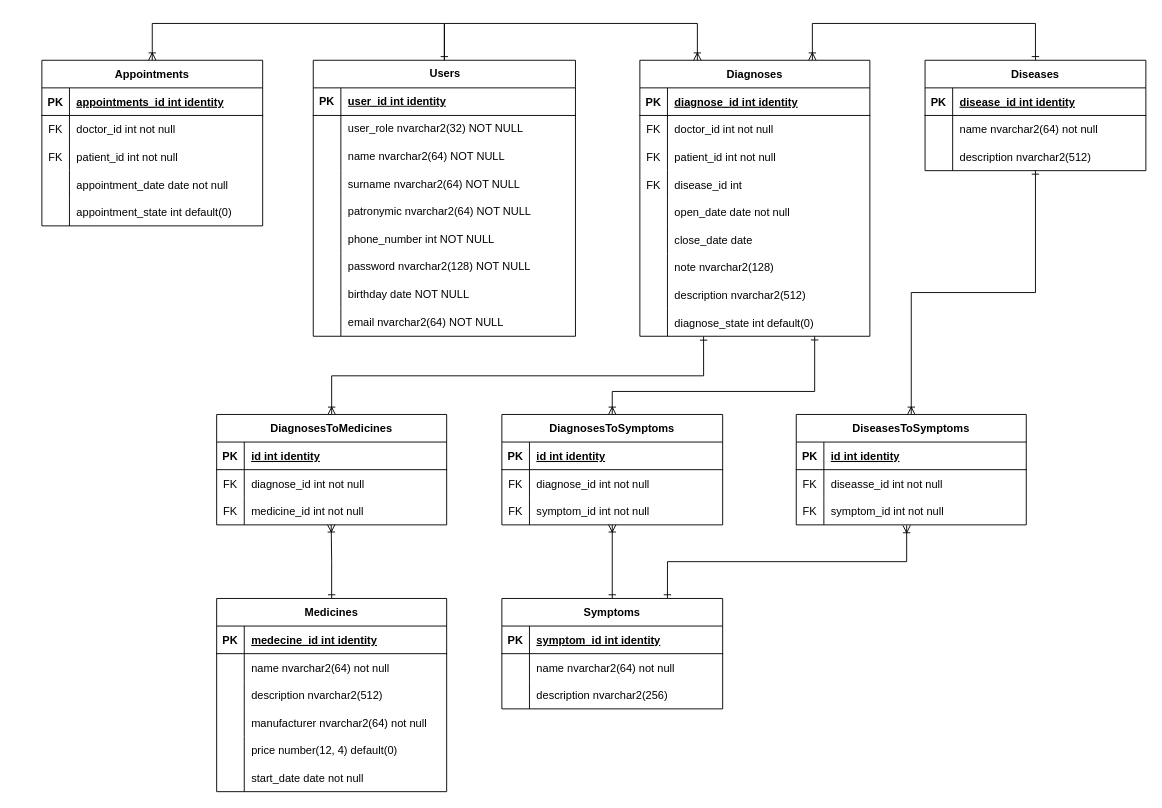
This is Диаграмма сущностей.drawio from DioMain/BD_Cursach, a draw.io file, before an edit. Source tidied: cells renumbered, new cells numbered last; positions are measured from the earlier drawing's top-left corner, leaving out a move shared by most shapes. Both pictures are drawn from the tidied source at 92%, with x=0, y=0 at pixel (41, 23).
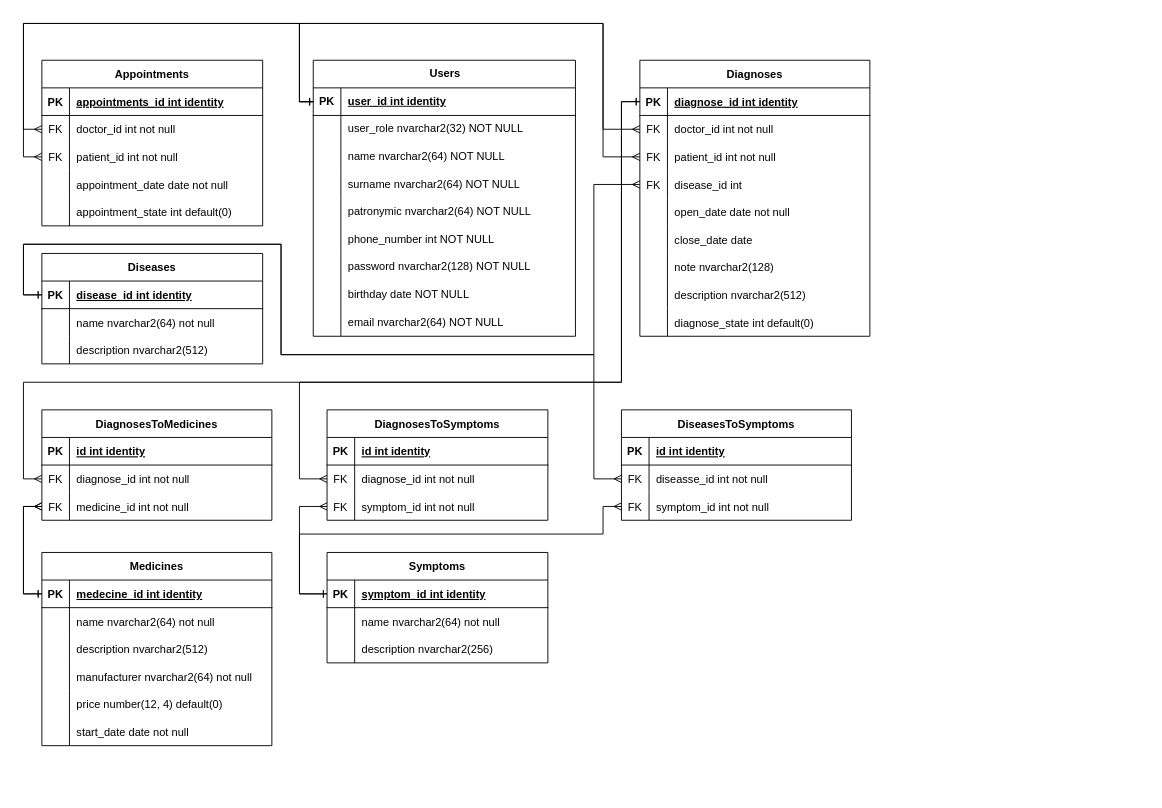
After the change.

Unchanged cells that the change refers to:
```xml
<mxCell id="3" value="Diagnoses" style="shape=table;startSize=30;childLayout=tableLayout;rowLines=0;fontStyle=1;align=center;" parent="1" vertex="1">
  <mxGeometry x="650" y="40" width="250" height="300" as="geometry" />
</mxCell>
<mxCell id="4" style="shape=partialRectangle;fillColor=none;points=[[0,0.5],[1,0.5]];portConstraint=eastwest;top=0;left=0;right=0;bottom=1;" parent="3" vertex="1">
  <mxGeometry y="30" width="250" height="30" as="geometry" />
</mxCell>
<mxCell id="7" style="shape=partialRectangle;fillColor=none;points=[[0,0.5],[1,0.5]];portConstraint=eastwest;top=0;left=0;right=0;bottom=0;" parent="3" vertex="1">
  <mxGeometry y="60" width="250" height="30" as="geometry" />
</mxCell>
<mxCell id="10" style="shape=partialRectangle;fillColor=none;points=[[0,0.5],[1,0.5]];portConstraint=eastwest;top=0;left=0;right=0;bottom=0;" parent="3" vertex="1">
  <mxGeometry y="90" width="250" height="30" as="geometry" />
</mxCell>
<mxCell id="13" style="shape=partialRectangle;fillColor=none;points=[[0,0.5],[1,0.5]];portConstraint=eastwest;top=0;left=0;right=0;bottom=0;" parent="3" vertex="1">
  <mxGeometry y="120" width="250" height="30" as="geometry" />
</mxCell>
<mxCell id="28" style="shape=partialRectangle;fillColor=none;points=[[0,0.5],[1,0.5]];portConstraint=eastwest;top=0;left=0;right=0;bottom=0;" parent="3" vertex="1">
  <mxGeometry y="270" width="250" height="30" as="geometry" />
</mxCell>
<mxCell id="32" value="Users" style="shape=table;startSize=30;childLayout=tableLayout;rowLines=0;fontStyle=1;align=center;html=1;" parent="1" vertex="1">
  <mxGeometry x="295" y="40" width="285" height="300" as="geometry" />
</mxCell>
<mxCell id="33" style="shape=tableRow;horizontal=0;startSize=0;swimlaneHead=0;swimlaneBody=0;fillColor=none;points=[[0,0.5],[1,0.5]];portConstraint=eastwest;top=0;left=0;right=0;bottom=1;" parent="32" vertex="1">
  <mxGeometry y="30" width="285" height="30" as="geometry" />
</mxCell>
<mxCell id="63" style="shape=partialRectangle;fillColor=none;points=[[0,0.5],[1,0.5]];portConstraint=eastwest;top=0;left=0;right=0;bottom=1;" parent="62" vertex="1">
  <mxGeometry y="30" width="240" height="30" as="geometry" />
</mxCell>
<mxCell id="72" value="Appointments" style="shape=table;startSize=30;childLayout=tableLayout;rowLines=0;fontStyle=1;align=center;" parent="1" vertex="1">
  <mxGeometry y="40" width="240" height="180" as="geometry" />
</mxCell>
<mxCell id="76" style="shape=partialRectangle;fillColor=none;points=[[0,0.5],[1,0.5]];portConstraint=eastwest;top=0;left=0;right=0;bottom=0;" parent="72" vertex="1">
  <mxGeometry y="60" width="240" height="30" as="geometry" />
</mxCell>
<mxCell id="79" style="shape=partialRectangle;fillColor=none;points=[[0,0.5],[1,0.5]];portConstraint=eastwest;top=0;left=0;right=0;bottom=0;" parent="72" vertex="1">
  <mxGeometry y="90" width="240" height="30" as="geometry" />
</mxCell>
<mxCell id="93" style="shape=partialRectangle;fillColor=none;points=[[0,0.5],[1,0.5]];portConstraint=eastwest;top=0;left=0;right=0;bottom=0;" parent="89" vertex="1">
  <mxGeometry y="60" width="240" height="30" as="geometry" />
</mxCell>
<mxCell id="96" style="shape=partialRectangle;fillColor=none;points=[[0,0.5],[1,0.5]];portConstraint=eastwest;top=0;left=0;right=0;bottom=0;" parent="89" vertex="1">
  <mxGeometry y="90" width="240" height="30" as="geometry" />
</mxCell>
<mxCell id="104" style="shape=partialRectangle;fillColor=none;points=[[0,0.5],[1,0.5]];portConstraint=eastwest;top=0;left=0;right=0;bottom=0;" parent="100" vertex="1">
  <mxGeometry y="60" width="250" height="30" as="geometry" />
</mxCell>
<mxCell id="107" style="shape=partialRectangle;fillColor=none;points=[[0,0.5],[1,0.5]];portConstraint=eastwest;top=0;left=0;right=0;bottom=0;" parent="100" vertex="1">
  <mxGeometry y="90" width="250" height="30" as="geometry" />
</mxCell>
<mxCell id="112" style="shape=partialRectangle;fillColor=none;points=[[0,0.5],[1,0.5]];portConstraint=eastwest;top=0;left=0;right=0;bottom=1;" parent="111" vertex="1">
  <mxGeometry y="30" width="250" height="30" as="geometry" />
</mxCell>
<mxCell id="132" style="shape=partialRectangle;fillColor=none;points=[[0,0.5],[1,0.5]];portConstraint=eastwest;top=0;left=0;right=0;bottom=1;" parent="131" vertex="1">
  <mxGeometry y="30" width="240" height="30" as="geometry" />
</mxCell>
<mxCell id="138" style="shape=partialRectangle;fillColor=none;points=[[0,0.5],[1,0.5]];portConstraint=eastwest;top=0;left=0;right=0;bottom=0;" parent="131" vertex="1">
  <mxGeometry y="90" width="240" height="30" as="geometry" />
</mxCell>
<mxCell id="146" style="shape=partialRectangle;fillColor=none;points=[[0,0.5],[1,0.5]];portConstraint=eastwest;top=0;left=0;right=0;bottom=0;" parent="142" vertex="1">
  <mxGeometry y="60" width="250" height="30" as="geometry" />
</mxCell>
<mxCell id="149" style="shape=partialRectangle;fillColor=none;points=[[0,0.5],[1,0.5]];portConstraint=eastwest;top=0;left=0;right=0;bottom=0;" parent="142" vertex="1">
  <mxGeometry y="90" width="250" height="30" as="geometry" />
</mxCell>
```

The edit, as a diff of the source:
```diff
@@
-    <mxCell id="2" style="edgeStyle=orthogonalEdgeStyle;rounded=0;jettySize=auto;html=1;exitX=0.75;exitY=0;exitDx=0;exitDy=0;entryX=0.5;entryY=0;entryDx=0;entryDy=0;endArrow=ERone;endFill=0;startArrow=ERoneToMany;startFill=0;" parent="1" edge="1" source="3" target="131">
-      <mxGeometry relative="1" as="geometry">
-        <Array as="points">
-          <mxPoint x="838" />
-          <mxPoint x="1080" />
-        </Array>
-      </mxGeometry>
-    </mxCell>
@@
-    <mxCell id="31" style="edgeStyle=orthogonalEdgeStyle;rounded=0;jettySize=auto;html=1;exitX=0.5;exitY=0;exitDx=0;exitDy=0;entryX=0.5;entryY=0;entryDx=0;entryDy=0;endArrow=ERoneToMany;endFill=0;" parent="1" edge="1" source="32" target="72">
-      <mxGeometry relative="1" as="geometry">
-        <Array as="points">
-          <mxPoint x="438" />
-          <mxPoint x="120" />
-        </Array>
-      </mxGeometry>
-    </mxCell>
@@
-    <mxCell id="60" style="edgeStyle=orthogonalEdgeStyle;rounded=0;jettySize=auto;html=1;exitX=0.5;exitY=0;exitDx=0;exitDy=0;entryX=0.5;entryY=0.993;entryDx=0;entryDy=0;entryPerimeter=0;endArrow=ERoneToMany;endFill=0;startArrow=ERone;startFill=0;" parent="1" edge="1" source="62" target="96">
-      <mxGeometry relative="1" as="geometry" />
-    </mxCell>
-    <mxCell id="61" style="edgeStyle=orthogonalEdgeStyle;rounded=0;jettySize=auto;html=1;exitX=0.75;exitY=0;exitDx=0;exitDy=0;entryX=0.48;entryY=1.02;entryDx=0;entryDy=0;entryPerimeter=0;startArrow=ERone;startFill=0;endArrow=ERoneToMany;endFill=0;" parent="1" edge="1" source="62" target="149">
-      <mxGeometry relative="1" as="geometry">
-        <Array as="points">
-          <mxPoint x="680" y="585" />
-          <mxPoint x="940" y="585" />
-        </Array>
-      </mxGeometry>
-    </mxCell>
     <mxCell id="62" value="Symptoms" style="shape=table;startSize=30;childLayout=tableLayout;rowLines=0;fontStyle=1;align=center;" parent="1" vertex="1">
-      <mxGeometry x="500" y="625" width="240" height="120" as="geometry" />
+      <mxGeometry x="310" y="575" width="240" height="120" as="geometry" />
     </mxCell>
@@
-    <mxCell id="88" style="edgeStyle=orthogonalEdgeStyle;rounded=0;jettySize=auto;html=1;exitX=0.5;exitY=0;exitDx=0;exitDy=0;endArrow=ERone;endFill=0;startArrow=ERoneToMany;startFill=0;" parent="1" edge="1" source="89">
-      <mxGeometry relative="1" as="geometry">
-        <mxPoint x="840" y="340" as="targetPoint" />
-        <Array as="points">
-          <mxPoint x="620" y="400" />
-          <mxPoint x="840" y="400" />
-        </Array>
-      </mxGeometry>
-    </mxCell>
     <mxCell id="89" value="DiagnosesToSymptoms" style="shape=table;startSize=30;childLayout=tableLayout;rowLines=0;fontStyle=1;align=center;" parent="1" vertex="1">
-      <mxGeometry x="500" y="425" width="240" height="120" as="geometry" />
+      <mxGeometry x="310" y="420" width="240" height="120" as="geometry" />
     </mxCell>
@@
-    <mxCell id="99" style="edgeStyle=orthogonalEdgeStyle;rounded=0;jettySize=auto;html=1;exitX=0.5;exitY=0;exitDx=0;exitDy=0;startArrow=ERoneToMany;startFill=0;endArrow=ERone;endFill=0;entryX=0.277;entryY=1.008;entryDx=0;entryDy=0;entryPerimeter=0;" parent="1" edge="1" source="100" target="28">
-      <mxGeometry relative="1" as="geometry">
-        <Array as="points">
-          <mxPoint x="315" y="383" />
-          <mxPoint x="719" y="383" />
-        </Array>
-      </mxGeometry>
-    </mxCell>
     <mxCell id="100" value="DiagnosesToMedicines" style="shape=table;startSize=30;childLayout=tableLayout;rowLines=0;fontStyle=1;align=center;" parent="1" vertex="1">
-      <mxGeometry x="190" y="425" width="250" height="120" as="geometry" />
+      <mxGeometry y="420" width="250" height="120" as="geometry" />
     </mxCell>
@@
-    <mxCell id="110" style="edgeStyle=orthogonalEdgeStyle;rounded=0;jettySize=auto;html=1;exitX=0.5;exitY=0;exitDx=0;exitDy=0;entryX=0.498;entryY=0.993;entryDx=0;entryDy=0;entryPerimeter=0;startArrow=ERone;startFill=0;endArrow=ERoneToMany;endFill=0;" parent="1" edge="1" source="111" target="107">
-      <mxGeometry relative="1" as="geometry" />
-    </mxCell>
     <mxCell id="111" value="Medicines" style="shape=table;startSize=30;childLayout=tableLayout;rowLines=0;fontStyle=1;align=center;" parent="1" vertex="1">
-      <mxGeometry x="190" y="625" width="250" height="210" as="geometry" />
+      <mxGeometry y="575" width="250" height="210" as="geometry" />
     </mxCell>
@@
-    <mxCell id="130" style="edgeStyle=orthogonalEdgeStyle;rounded=0;jettySize=auto;html=1;exitX=0.5;exitY=0;exitDx=0;exitDy=0;entryX=0.25;entryY=0;entryDx=0;entryDy=0;endArrow=ERoneToMany;endFill=0;startArrow=ERone;startFill=0;" parent="1" edge="1" source="32" target="3">
-      <mxGeometry relative="1" as="geometry">
-        <Array as="points">
-          <mxPoint x="438" />
-          <mxPoint x="713" />
-        </Array>
-      </mxGeometry>
-    </mxCell>
     <mxCell id="131" value="Diseases" style="shape=table;startSize=30;childLayout=tableLayout;rowLines=0;fontStyle=1;align=center;" parent="1" vertex="1">
-      <mxGeometry x="960" y="40" width="240" height="120" as="geometry" />
+      <mxGeometry y="250" width="240" height="120" as="geometry" />
     </mxCell>
@@
-    <mxCell id="141" style="edgeStyle=orthogonalEdgeStyle;rounded=0;jettySize=auto;html=1;exitX=0.5;exitY=0;exitDx=0;exitDy=0;entryX=0.5;entryY=0.993;entryDx=0;entryDy=0;entryPerimeter=0;startArrow=ERoneToMany;startFill=0;endArrow=ERone;endFill=0;" parent="1" edge="1" source="142" target="138">
-      <mxGeometry relative="1" as="geometry" />
-    </mxCell>
     <mxCell id="142" value="DiseasesToSymptoms" style="shape=table;startSize=30;childLayout=tableLayout;rowLines=0;fontStyle=1;align=center;" parent="1" vertex="1">
-      <mxGeometry x="820" y="425" width="250" height="120" as="geometry" />
+      <mxGeometry x="630" y="420" width="250" height="120" as="geometry" />
     </mxCell>
@@
+    <mxCell id="152" style="edgeStyle=orthogonalEdgeStyle;rounded=0;jettySize=auto;html=1;exitX=0;exitY=0.5;exitDx=0;exitDy=0;entryX=0;entryY=0.5;entryDx=0;entryDy=0;startArrow=ERmany;startFill=0;endArrow=ERone;endFill=0;" parent="1" edge="1" source="13" target="132">
+      <mxGeometry relative="1" as="geometry">
+        <Array as="points">
+          <mxPoint x="600" y="175" />
+          <mxPoint x="600" y="360" />
+          <mxPoint x="260" y="360" />
+          <mxPoint x="260" y="240" />
+          <mxPoint x="-20" y="240" />
+          <mxPoint x="-20" y="295" />
+        </Array>
+      </mxGeometry>
+    </mxCell>
+    <mxCell id="153" style="edgeStyle=orthogonalEdgeStyle;rounded=0;jettySize=auto;html=1;exitX=0;exitY=0.5;exitDx=0;exitDy=0;entryX=0;entryY=0.5;entryDx=0;entryDy=0;endArrow=ERmany;endFill=0;startArrow=ERone;startFill=0;" parent="1" edge="1" source="132" target="146">
+      <mxGeometry relative="1" as="geometry">
+        <Array as="points">
+          <mxPoint x="-20" y="295" />
+          <mxPoint x="-20" y="240" />
+          <mxPoint x="260" y="240" />
+          <mxPoint x="260" y="360" />
+          <mxPoint x="600" y="360" />
+          <mxPoint x="600" y="495" />
+        </Array>
+      </mxGeometry>
+    </mxCell>
+    <mxCell id="154" style="edgeStyle=orthogonalEdgeStyle;rounded=0;jettySize=auto;html=1;exitX=0;exitY=0.5;exitDx=0;exitDy=0;entryX=0;entryY=0.5;entryDx=0;entryDy=0;startArrow=ERone;startFill=0;endArrow=ERmany;endFill=0;" parent="1" edge="1" source="63" target="149">
+      <mxGeometry relative="1" as="geometry">
+        <Array as="points">
+          <mxPoint x="280" y="620" />
+          <mxPoint x="280" y="555" />
+          <mxPoint x="610" y="555" />
+          <mxPoint x="610" y="525" />
+        </Array>
+      </mxGeometry>
+    </mxCell>
+    <mxCell id="155" style="edgeStyle=orthogonalEdgeStyle;rounded=0;jettySize=auto;html=1;exitX=0;exitY=0.5;exitDx=0;exitDy=0;entryX=0;entryY=0.5;entryDx=0;entryDy=0;startArrow=ERone;startFill=0;endArrow=ERmany;endFill=0;" parent="1" edge="1" source="63" target="96">
+      <mxGeometry relative="1" as="geometry">
+        <Array as="points">
+          <mxPoint x="280" y="620" />
+          <mxPoint x="280" y="525" />
+        </Array>
+      </mxGeometry>
+    </mxCell>
+    <mxCell id="156" style="edgeStyle=orthogonalEdgeStyle;rounded=0;jettySize=auto;html=1;exitX=0;exitY=0.5;exitDx=0;exitDy=0;entryX=0;entryY=0.5;entryDx=0;entryDy=0;startArrow=ERone;startFill=0;endArrow=ERmany;endFill=0;" parent="1" edge="1" source="112" target="107">
+      <mxGeometry relative="1" as="geometry">
+        <Array as="points">
+          <mxPoint x="-20" y="620" />
+          <mxPoint x="-20" y="525" />
+        </Array>
+      </mxGeometry>
+    </mxCell>
+    <mxCell id="157" style="edgeStyle=orthogonalEdgeStyle;rounded=0;jettySize=auto;html=1;exitX=0;exitY=0.5;exitDx=0;exitDy=0;entryX=0;entryY=0.5;entryDx=0;entryDy=0;startArrow=ERone;startFill=0;endArrow=ERmany;endFill=0;" parent="1" edge="1" source="4" target="93">
+      <mxGeometry relative="1" as="geometry">
+        <Array as="points">
+          <mxPoint x="630" y="85" />
+          <mxPoint x="630" y="390" />
+          <mxPoint x="280" y="390" />
+          <mxPoint x="280" y="495" />
+        </Array>
+      </mxGeometry>
+    </mxCell>
+    <mxCell id="158" style="edgeStyle=orthogonalEdgeStyle;rounded=0;jettySize=auto;html=1;exitX=0;exitY=0.5;exitDx=0;exitDy=0;entryX=0;entryY=0.5;entryDx=0;entryDy=0;startArrow=ERone;startFill=0;endArrow=ERmany;endFill=0;" parent="1" edge="1" source="4" target="104">
+      <mxGeometry relative="1" as="geometry">
+        <Array as="points">
+          <mxPoint x="630" y="85" />
+          <mxPoint x="630" y="390" />
+          <mxPoint x="-20" y="390" />
+          <mxPoint x="-20" y="495" />
+        </Array>
+      </mxGeometry>
+    </mxCell>
+    <mxCell id="159" style="edgeStyle=orthogonalEdgeStyle;rounded=0;jettySize=auto;html=1;exitX=0;exitY=0.5;exitDx=0;exitDy=0;entryX=0;entryY=0.5;entryDx=0;entryDy=0;startArrow=ERone;startFill=0;endArrow=ERmany;endFill=0;" parent="1" edge="1" source="33" target="76">
+      <mxGeometry relative="1" as="geometry">
+        <Array as="points">
+          <mxPoint x="280" y="85" />
+          <mxPoint x="280" />
+          <mxPoint x="-20" />
+          <mxPoint x="-20" y="115" />
+        </Array>
+      </mxGeometry>
+    </mxCell>
+    <mxCell id="160" style="edgeStyle=orthogonalEdgeStyle;rounded=0;jettySize=auto;html=1;exitX=0;exitY=0.5;exitDx=0;exitDy=0;entryX=0;entryY=0.5;entryDx=0;entryDy=0;startArrow=ERone;startFill=0;endArrow=ERmany;endFill=0;" parent="1" edge="1" source="33" target="79">
+      <mxGeometry relative="1" as="geometry">
+        <Array as="points">
+          <mxPoint x="280" y="85" />
+          <mxPoint x="280" />
+          <mxPoint x="-20" />
+          <mxPoint x="-20" y="145" />
+        </Array>
+      </mxGeometry>
+    </mxCell>
+    <mxCell id="161" style="edgeStyle=orthogonalEdgeStyle;rounded=0;jettySize=auto;html=1;exitX=0;exitY=0.5;exitDx=0;exitDy=0;entryX=0;entryY=0.5;entryDx=0;entryDy=0;startArrow=ERone;startFill=0;endArrow=ERmany;endFill=0;" parent="1" edge="1" source="33" target="7">
+      <mxGeometry relative="1" as="geometry">
+        <Array as="points">
+          <mxPoint x="280" y="85" />
+          <mxPoint x="280" />
+          <mxPoint x="610" />
+          <mxPoint x="610" y="115" />
+        </Array>
+      </mxGeometry>
+    </mxCell>
+    <mxCell id="162" style="edgeStyle=orthogonalEdgeStyle;rounded=0;jettySize=auto;html=1;exitX=0;exitY=0.5;exitDx=0;exitDy=0;entryX=0;entryY=0.5;entryDx=0;entryDy=0;startArrow=ERone;startFill=0;endArrow=ERmany;endFill=0;" parent="1" edge="1" source="33" target="10">
+      <mxGeometry relative="1" as="geometry">
+        <Array as="points">
+          <mxPoint x="280" y="85" />
+          <mxPoint x="280" />
+          <mxPoint x="610" />
+          <mxPoint x="610" y="145" />
+        </Array>
+      </mxGeometry>
+    </mxCell>
+    <mxCell id="163" style="edgeStyle=orthogonalEdgeStyle;rounded=0;jettySize=auto;html=1;exitX=0;exitY=0.5;exitDx=0;exitDy=0;entryX=0;entryY=0.5;entryDx=0;entryDy=0;startArrow=ERone;startFill=0;endArrow=ERmany;endFill=0;" parent="1" edge="1" source="112" target="107">
+      <mxGeometry relative="1" as="geometry">
+        <Array as="points">
+          <mxPoint x="-20" y="620" />
+          <mxPoint x="-20" y="525" />
+        </Array>
+      </mxGeometry>
+    </mxCell>
```
